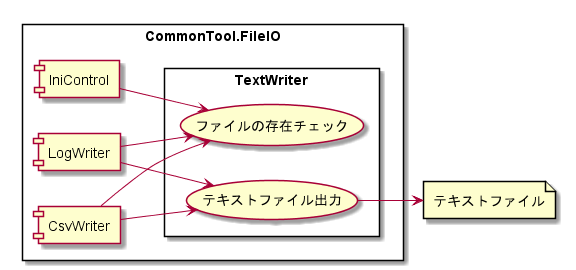
This is doc/03_SubSystem別/CommonTool.FileIO/01_機能詳細/コンポーネント図_TextWriter.png from hirorich/CommonTool, a PlantUML export, as it was before one commit. Source of this version:
```plantuml
@startuml ..\コンポーネント図_TextWriter.png

left to right direction

file "テキストファイル" as TextFile

rectangle CommonTool.FileIO {
  component IniControl
  component LogWriter
  component CsvWriter
  rectangle TextWriter {
    (ファイルの存在チェック)
    (テキストファイル出力)
  }

  IniControl --> (ファイルの存在チェック)
  LogWriter --> (ファイルの存在チェック)
  LogWriter --> (テキストファイル出力)
  CsvWriter --> (ファイルの存在チェック)
  CsvWriter --> (テキストファイル出力)
  (テキストファイル出力) --> TextFile
}

@enduml
```
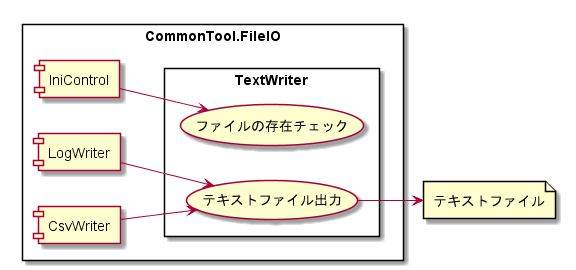
Later version of the same file.

Diff of the diagram source:
```diff
@@ -14,9 +14,7 @@
   }
 
   IniControl --> (ファイルの存在チェック)
-  LogWriter --> (ファイルの存在チェック)
   LogWriter --> (テキストファイル出力)
-  CsvWriter --> (ファイルの存在チェック)
   CsvWriter --> (テキストファイル出力)
   (テキストファイル出力) --> TextFile
 }
```
